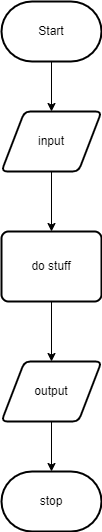
Mr-Coxall/ICS4U-Intro-04-TypeScript keeps this draw.io diagram as design/flowchart.png. Above is the earlier version. Source tidied: cells renumbered, new cells last; positions are measured from the earlier drawing's top-left corner, leaving out a move shared by most shapes. Source of this version:
```xml
<mxGraphModel>
  <root>
    <mxCell id="0" />
    <mxCell id="1" parent="0" />
    <mxCell id="2" style="edgeStyle=none;html=1;entryX=0.5;entryY=0;entryDx=0;entryDy=0;" parent="1" edge="1" source="3" target="5">
      <mxGeometry relative="1" as="geometry" />
    </mxCell>
    <mxCell id="3" value="Start" style="strokeWidth=2;html=1;shape=mxgraph.flowchart.terminator;whiteSpace=wrap;" parent="1" vertex="1">
      <mxGeometry width="100" height="60" as="geometry" />
    </mxCell>
    <mxCell id="4" style="edgeStyle=none;html=1;entryX=0.5;entryY=0;entryDx=0;entryDy=0;" parent="1" edge="1" source="5" target="7">
      <mxGeometry relative="1" as="geometry" />
    </mxCell>
    <mxCell id="5" value="input" style="shape=parallelogram;html=1;strokeWidth=2;perimeter=parallelogramPerimeter;whiteSpace=wrap;rounded=1;arcSize=12;size=0.23;" parent="1" vertex="1">
      <mxGeometry y="110" width="100" height="60" as="geometry" />
    </mxCell>
    <mxCell id="6" style="edgeStyle=none;html=1;" parent="1" edge="1" source="7" target="9">
      <mxGeometry relative="1" as="geometry" />
    </mxCell>
    <mxCell id="7" value="do stuff" style="rounded=1;whiteSpace=wrap;html=1;absoluteArcSize=1;arcSize=14;strokeWidth=2;" parent="1" vertex="1">
      <mxGeometry y="230" width="100" height="70" as="geometry" />
    </mxCell>
    <mxCell id="8" style="edgeStyle=none;html=1;" parent="1" edge="1" source="9" target="10">
      <mxGeometry relative="1" as="geometry" />
    </mxCell>
    <mxCell id="9" value="output" style="shape=parallelogram;html=1;strokeWidth=2;perimeter=parallelogramPerimeter;whiteSpace=wrap;rounded=1;arcSize=12;size=0.23;" parent="1" vertex="1">
      <mxGeometry y="360" width="100" height="60" as="geometry" />
    </mxCell>
    <mxCell id="10" value="stop" style="strokeWidth=2;html=1;shape=mxgraph.flowchart.terminator;whiteSpace=wrap;" parent="1" vertex="1">
      <mxGeometry y="470" width="100" height="60" as="geometry" />
    </mxCell>
  </root>
</mxGraphModel>
```
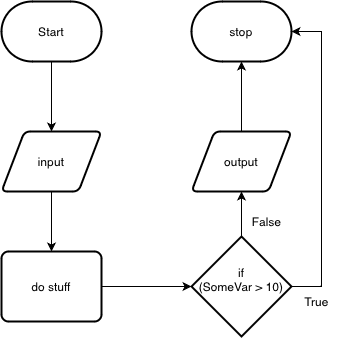
Later version of the same file.

Diff of the diagram source:
```diff
@@ -6,28 +6,48 @@
       <mxGeometry relative="1" as="geometry" />
     </mxCell>
     <mxCell id="3" value="Start" style="strokeWidth=2;html=1;shape=mxgraph.flowchart.terminator;whiteSpace=wrap;" parent="1" vertex="1">
-      <mxGeometry width="100" height="60" as="geometry" />
+      <mxGeometry x="-200" y="-10" width="100" height="60" as="geometry" />
     </mxCell>
     <mxCell id="4" style="edgeStyle=none;html=1;entryX=0.5;entryY=0;entryDx=0;entryDy=0;" parent="1" edge="1" source="5" target="7">
       <mxGeometry relative="1" as="geometry" />
     </mxCell>
     <mxCell id="5" value="input" style="shape=parallelogram;html=1;strokeWidth=2;perimeter=parallelogramPerimeter;whiteSpace=wrap;rounded=1;arcSize=12;size=0.23;" parent="1" vertex="1">
-      <mxGeometry y="110" width="100" height="60" as="geometry" />
+      <mxGeometry x="-200" y="120" width="100" height="60" as="geometry" />
     </mxCell>
-    <mxCell id="6" style="edgeStyle=none;html=1;" parent="1" edge="1" source="7" target="9">
-      <mxGeometry relative="1" as="geometry" />
-    </mxCell>
+    <mxCell id="11" style="edgeStyle=none;html=1;entryX=0;entryY=0.5;entryDx=0;entryDy=0;entryPerimeter=0;" parent="1" edge="1" source="7" target="14">
+      <mxGeometry relative="1" as="geometry" />
+    </mxCell>
     <mxCell id="7" value="do stuff" style="rounded=1;whiteSpace=wrap;html=1;absoluteArcSize=1;arcSize=14;strokeWidth=2;" parent="1" vertex="1">
-      <mxGeometry y="230" width="100" height="70" as="geometry" />
+      <mxGeometry x="-200" y="240" width="100" height="70" as="geometry" />
     </mxCell>
     <mxCell id="8" style="edgeStyle=none;html=1;" parent="1" edge="1" source="9" target="10">
       <mxGeometry relative="1" as="geometry" />
     </mxCell>
     <mxCell id="9" value="output" style="shape=parallelogram;html=1;strokeWidth=2;perimeter=parallelogramPerimeter;whiteSpace=wrap;rounded=1;arcSize=12;size=0.23;" parent="1" vertex="1">
-      <mxGeometry y="360" width="100" height="60" as="geometry" />
+      <mxGeometry x="-10" y="120" width="100" height="60" as="geometry" />
     </mxCell>
     <mxCell id="10" value="stop" style="strokeWidth=2;html=1;shape=mxgraph.flowchart.terminator;whiteSpace=wrap;" parent="1" vertex="1">
-      <mxGeometry y="470" width="100" height="60" as="geometry" />
+      <mxGeometry x="-10" y="-10" width="100" height="60" as="geometry" />
     </mxCell>
+    <mxCell id="12" style="edgeStyle=none;html=1;" parent="1" edge="1" source="14" target="9">
+      <mxGeometry relative="1" as="geometry" />
+    </mxCell>
+    <mxCell id="13" style="edgeStyle=orthogonalEdgeStyle;html=1;entryX=1;entryY=0.5;entryDx=0;entryDy=0;entryPerimeter=0;rounded=0;" parent="1" edge="1" source="14" target="10">
+      <mxGeometry relative="1" as="geometry">
+        <Array as="points">
+          <mxPoint x="120" y="275" />
+          <mxPoint x="120" y="20" />
+        </Array>
+      </mxGeometry>
+    </mxCell>
+    <mxCell id="14" value="if&lt;br&gt;(SomeVar &amp;gt; 10)&lt;br&gt;&amp;nbsp;" style="strokeWidth=2;html=1;shape=mxgraph.flowchart.decision;whiteSpace=wrap;" parent="1" vertex="1">
+      <mxGeometry x="-10" y="225" width="100" height="100" as="geometry" />
+    </mxCell>
+    <mxCell id="15" value="True" style="text;html=1;align=center;verticalAlign=middle;strokeColor=none;fillColor=none;" parent="1" vertex="1">
+      <mxGeometry x="90" y="275" width="50" height="30" as="geometry" />
+    </mxCell>
+    <mxCell id="16" value="False" style="text;html=1;align=center;verticalAlign=middle;strokeColor=none;fillColor=none;" parent="1" vertex="1">
+      <mxGeometry x="40" y="195" width="50" height="30" as="geometry" />
+    </mxCell>
   </root>
 </mxGraphModel>
```
